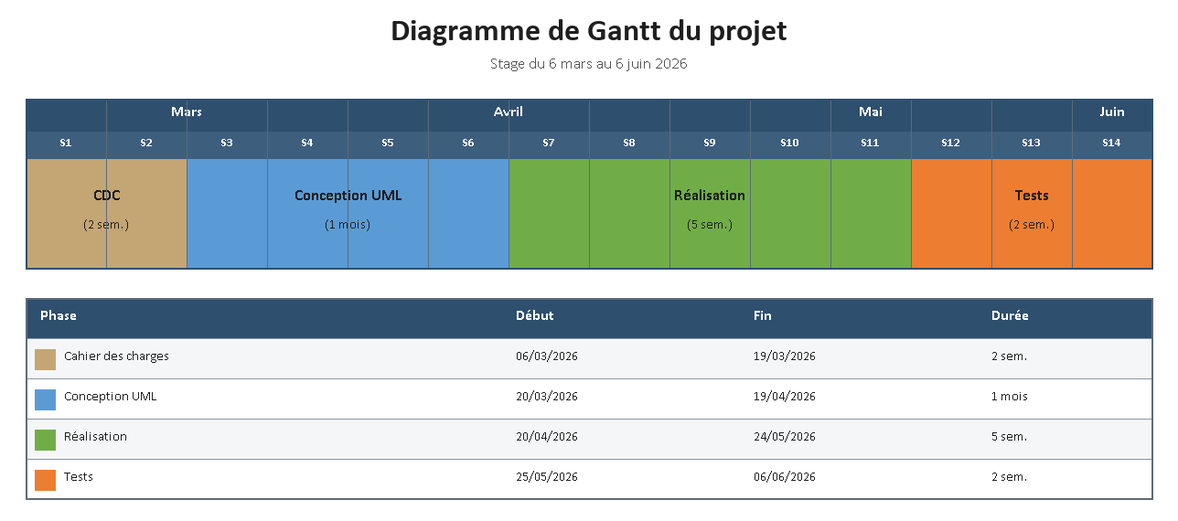
Earlier version of the PlantUML export diagramme-gantt.png (mouadofficiel2003/PFE2). Its source is kept beside it as diagramme-gantt.puml.
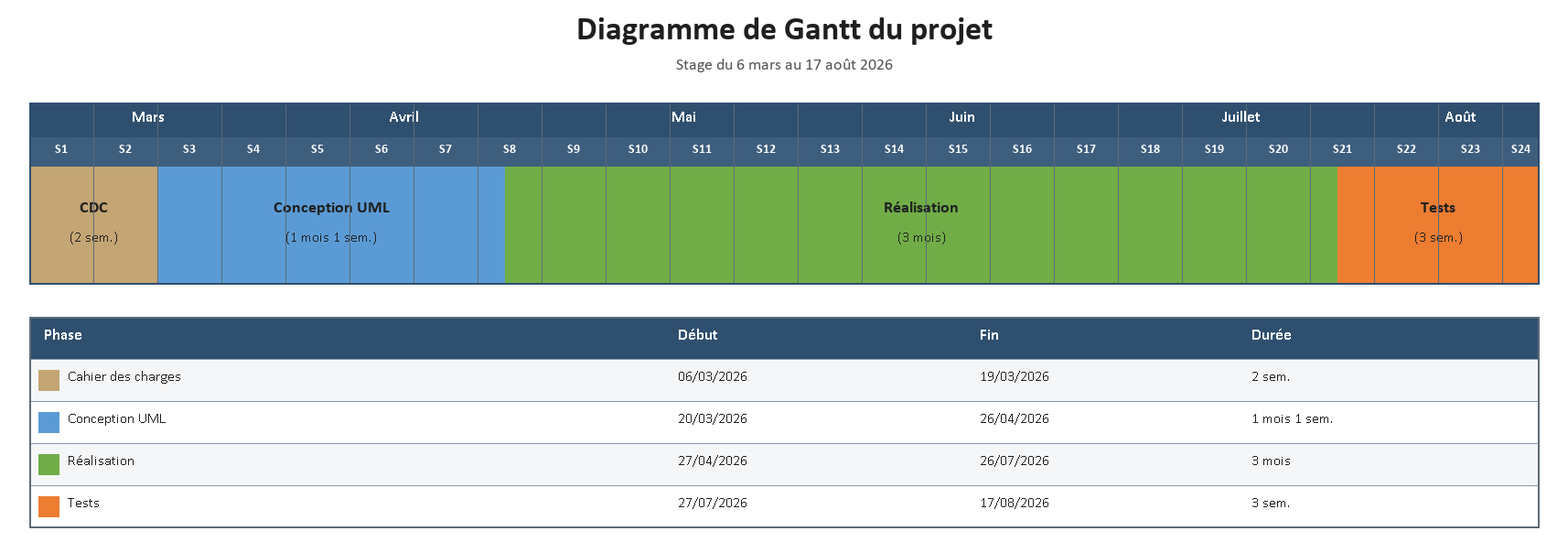
After the commit.

Change to the diagram source:
```diff
@@ -8,15 +8,15 @@
 [Cahier des charges] is colored in Wheat
 
 [Conception UML] starts 2026-03-20
-[Conception UML] ends 2026-04-19
+[Conception UML] ends 2026-04-26
 [Conception UML] is colored in LightBlue
 
-[Réalisation] starts 2026-04-20
-[Réalisation] ends 2026-05-24
+[Réalisation] starts 2026-04-27
+[Réalisation] ends 2026-07-26
 [Réalisation] is colored in LightGreen
 
-[Tests] starts 2026-05-25
-[Tests] ends 2026-06-06
+[Tests] starts 2026-07-27
+[Tests] ends 2026-08-17
 [Tests] is colored in Orange
 
 @endgantt
```
